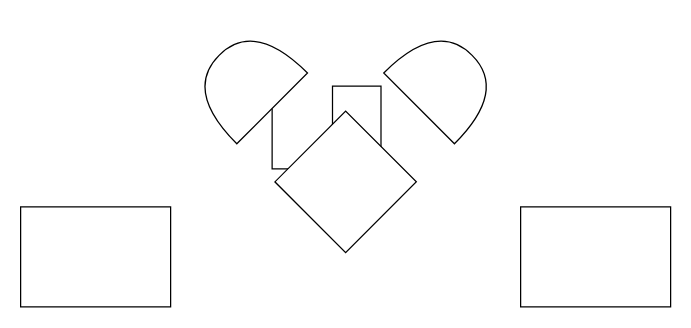
This is coherent-light-based-mdi.drawio from javijnb/LPRO_diagrams, a draw.io file, before an edit. Source tidied: cells renumbered, new cells numbered last; positions are measured from the earlier drawing's top-left corner, leaving out a move shared by most shapes. Both pictures are drawn from the tidied source at 125%, with x=0, y=0 at pixel (20, 31).
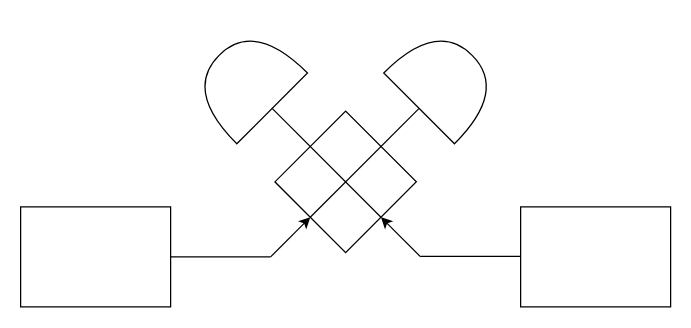
The same diagram, later.

The edit, as a diff of the source:
```diff
@@
 <mxGraphModel>
   <root>
     <mxCell id="0" />
     <mxCell id="1" parent="0" />
+    <mxCell id="8" style="rounded=0;jettySize=auto;html=1;exitX=0;exitY=0.5;exitDx=0;exitDy=0;startArrow=classic;startFill=1;endArrow=none;endFill=0;" parent="1" edge="1" source="7">
+      <mxGeometry relative="1" as="geometry">
+        <mxPoint x="200" y="180" as="targetPoint" />
+      </mxGeometry>
+    </mxCell>
+    <mxCell id="7" style="whiteSpace=wrap;html=1;rotation=-45;" parent="1" vertex="1">
+      <mxGeometry x="220" y="80" width="80" height="80" as="geometry" />
+    </mxCell>
+    <mxCell id="9" style="edgeStyle=orthogonalEdgeStyle;rounded=0;jettySize=auto;html=1;exitX=1;exitY=0.5;exitDx=0;exitDy=0;endArrow=none;endFill=0;" parent="1" edge="1" source="2">
+      <mxGeometry relative="1" as="geometry">
+        <mxPoint x="200" y="180" as="targetPoint" />
+      </mxGeometry>
+    </mxCell>
     <mxCell id="2" style="rounded=0;whiteSpace=wrap;html=1;" parent="1" vertex="1">
       <mxGeometry y="140" width="120" height="80" as="geometry" />
     </mxCell>
     <mxCell id="3" style="rounded=0;whiteSpace=wrap;html=1;" parent="1" vertex="1">
       <mxGeometry x="400" y="140" width="120" height="80" as="geometry" />
     </mxCell>
-    <mxCell id="4" style="edgeStyle=orthogonalEdgeStyle;rounded=0;jettySize=auto;html=1;exitX=0;exitY=0.5;exitDx=0;exitDy=0;exitPerimeter=0;entryX=0.5;entryY=1;entryDx=0;entryDy=0;" parent="1" edge="1" source="5" target="7">
+    <mxCell id="4" style="rounded=0;jettySize=auto;html=1;exitX=0;exitY=0.5;exitDx=0;exitDy=0;exitPerimeter=0;entryX=0.5;entryY=1;entryDx=0;entryDy=0;endArrow=none;endFill=0;" parent="1" edge="1" source="5" target="7">
       <mxGeometry relative="1" as="geometry" />
     </mxCell>
     <mxCell id="5" style="shape=or;whiteSpace=wrap;html=1;rotation=-135;" parent="1" vertex="1">
       <mxGeometry x="150" width="60" height="80" as="geometry" />
     </mxCell>
+    <mxCell id="10" style="rounded=0;jettySize=auto;html=1;exitX=0;exitY=0.5;exitDx=0;exitDy=0;exitPerimeter=0;entryX=0;entryY=0.5;entryDx=0;entryDy=0;endArrow=none;endFill=0;" parent="1" edge="1" source="6" target="7">
+      <mxGeometry relative="1" as="geometry" />
+    </mxCell>
     <mxCell id="6" style="shape=or;whiteSpace=wrap;html=1;rotation=-135;direction=south;" parent="1" vertex="1">
       <mxGeometry x="300" y="10" width="80" height="60" as="geometry" />
     </mxCell>
-    <mxCell id="7" style="whiteSpace=wrap;html=1;rotation=-45;" parent="1" vertex="1">
-      <mxGeometry x="220" y="80" width="80" height="80" as="geometry" />
-    </mxCell>
+    <mxCell id="11" style="edgeStyle=orthogonalEdgeStyle;rounded=0;orthogonalLoop=1;jettySize=auto;html=1;exitX=1;exitY=0.5;exitDx=0;exitDy=0;endArrow=none;endFill=0;" parent="1" edge="1">
+      <mxGeometry relative="1" as="geometry">
+        <mxPoint x="320" y="179.5" as="sourcePoint" />
+        <mxPoint x="400" y="179.5" as="targetPoint" />
+      </mxGeometry>
+    </mxCell>
+    <mxCell id="12" style="rounded=0;jettySize=auto;html=1;exitX=0.5;exitY=1;exitDx=0;exitDy=0;startArrow=classic;startFill=1;endArrow=none;endFill=0;" parent="1" edge="1" source="7">
+      <mxGeometry relative="1" as="geometry">
+        <mxPoint x="320" y="180" as="targetPoint" />
+      </mxGeometry>
+    </mxCell>
   </root>
 </mxGraphModel>
```
